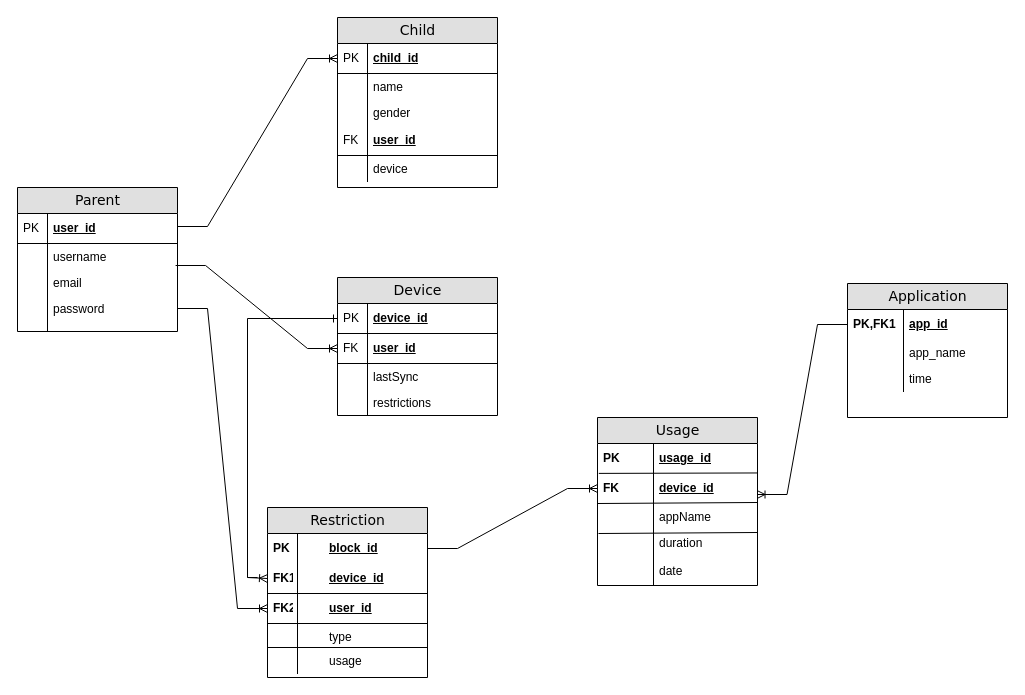
Above: Untitled Diagram.drawio in Inco9nit0/Parental-Lock-System-Project-FYP- (draw.io), before the change. Source tidied: cells renumbered, new cells numbered last; positions are measured from the earlier drawing's top-left corner, leaving out a move shared by most shapes. Both pictures are drawn from the tidied source at 100%, with x=0, y=0 at pixel (17, 17).
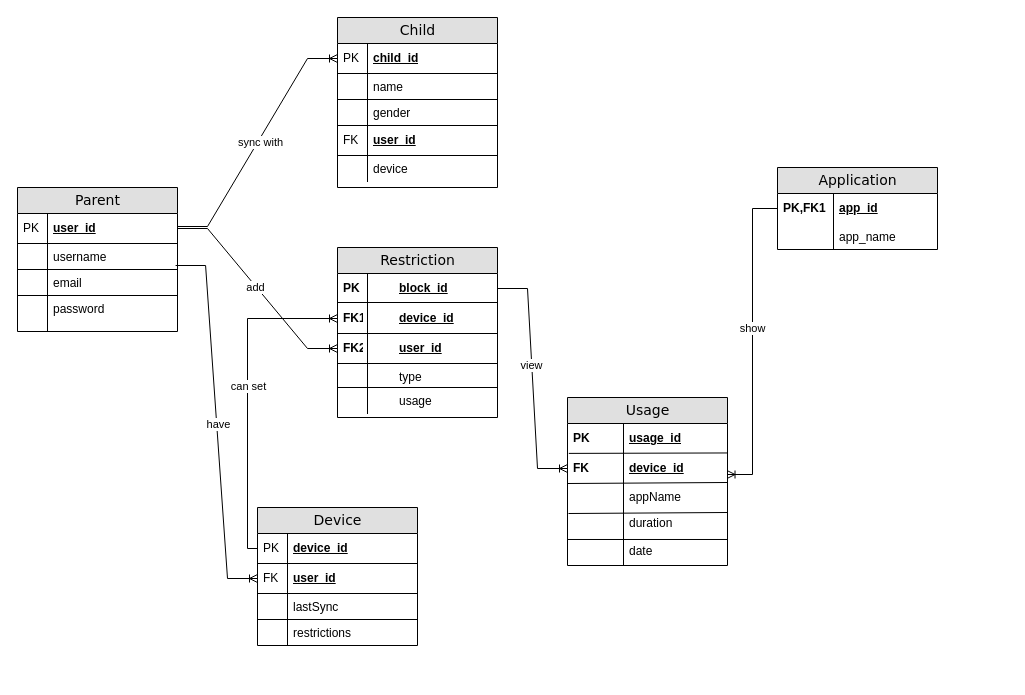
After the change.

The change refers to these unchanged cells:
```xml
<mxCell id="3" value="device_id" style="shape=partialRectangle;top=0;left=0;right=0;bottom=1;html=1;align=left;verticalAlign=middle;fillColor=none;spacingLeft=34;spacingRight=4;whiteSpace=wrap;overflow=hidden;points=[[0,0.5],[1,0.5]];portConstraint=eastwest;fontStyle=5;" parent="2" vertex="1">
  <mxGeometry y="26" width="160" height="30" as="geometry" />
</mxCell>
<mxCell id="14" value="device_id" style="shape=partialRectangle;top=0;left=0;right=0;bottom=1;html=1;align=left;verticalAlign=middle;fillColor=none;spacingLeft=60;spacingRight=4;whiteSpace=wrap;overflow=hidden;points=[[0,0.5],[1,0.5]];portConstraint=eastwest;fontStyle=5;" parent="11" vertex="1">
  <mxGeometry y="56" width="160" height="30" as="geometry" />
</mxCell>
<mxCell id="16" value="user_id" style="shape=partialRectangle;top=0;left=0;right=0;bottom=1;html=1;align=left;verticalAlign=middle;fillColor=none;spacingLeft=60;spacingRight=4;whiteSpace=wrap;overflow=hidden;points=[[0,0.5],[1,0.5]];portConstraint=eastwest;fontStyle=5;" parent="11" vertex="1">
  <mxGeometry y="86" width="160" height="30" as="geometry" />
</mxCell>
<mxCell id="30" value="appName" style="shape=partialRectangle;top=0;left=0;right=0;bottom=0;html=1;align=left;verticalAlign=top;fillColor=none;spacingLeft=60;spacingRight=4;whiteSpace=wrap;overflow=hidden;points=[[0,0.5],[1,0.5]];portConstraint=eastwest;" parent="23" vertex="1">
  <mxGeometry y="86" width="160" height="26" as="geometry" />
</mxCell>
<mxCell id="34" value="date" style="shape=partialRectangle;top=0;left=0;right=0;bottom=0;html=1;align=left;verticalAlign=top;fillColor=none;spacingLeft=60;spacingRight=4;whiteSpace=wrap;overflow=hidden;points=[[0,0.5],[1,0.5]];portConstraint=eastwest;" parent="23" vertex="1">
  <mxGeometry y="140" width="160" height="28" as="geometry" />
</mxCell>
<mxCell id="37" value="Parent" style="swimlane;html=1;fontStyle=0;horizontal=1;startSize=26;fillColor=#e0e0e0;swimlaneFillColor=#ffffff;align=center;rounded=0;shadow=0;comic=0;labelBackgroundColor=none;strokeWidth=1;fontFamily=Verdana;fontSize=14;" parent="1" vertex="1">
  <mxGeometry y="170" width="160" height="144" as="geometry" />
</mxCell>
<mxCell id="38" value="user_id" style="shape=partialRectangle;top=0;left=0;right=0;bottom=1;html=1;align=left;verticalAlign=middle;fillColor=none;spacingLeft=34;spacingRight=4;whiteSpace=wrap;overflow=hidden;points=[[0,0.5],[1,0.5]];portConstraint=eastwest;fontStyle=5;" parent="37" vertex="1">
  <mxGeometry y="26" width="160" height="30" as="geometry" />
</mxCell>
<mxCell id="44" value="password" style="shape=partialRectangle;top=0;left=0;right=0;bottom=0;html=1;align=left;verticalAlign=top;fillColor=none;spacingLeft=34;spacingRight=4;whiteSpace=wrap;overflow=hidden;points=[[0,0.5],[1,0.5]];portConstraint=eastwest;" parent="37" vertex="1">
  <mxGeometry y="108" width="160" height="26" as="geometry" />
</mxCell>
<mxCell id="49" value="app_id" style="shape=partialRectangle;top=0;left=0;right=0;bottom=0;html=1;align=left;verticalAlign=middle;fillColor=none;spacingLeft=60;spacingRight=4;whiteSpace=wrap;overflow=hidden;points=[[0,0.5],[1,0.5]];portConstraint=eastwest;fontStyle=5;" parent="48" vertex="1">
  <mxGeometry y="26" width="160" height="30" as="geometry" />
</mxCell>
<mxCell id="56" style="edgeStyle=entityRelationEdgeStyle;fontSize=12;html=1;endArrow=ERoneToMany;rounded=0;entryX=0;entryY=0.5;entryDx=0;entryDy=0;exitX=0.988;exitY=-0.154;exitDx=0;exitDy=0;exitPerimeter=0;" parent="1" edge="1" source="42" target="5">
  <mxGeometry relative="1" as="geometry">
    <Array as="points">
      <mxPoint x="170" y="260" />
    </Array>
  </mxGeometry>
</mxCell>
<mxCell id="57" style="edgeStyle=entityRelationEdgeStyle;fontSize=12;html=1;endArrow=ERoneToMany;rounded=0;entryX=0;entryY=0.5;entryDx=0;entryDy=0;" parent="1" edge="1">
  <mxGeometry relative="1" as="geometry">
    <mxPoint x="160" y="209" as="sourcePoint" />
    <mxPoint x="320" y="41" as="targetPoint" />
  </mxGeometry>
</mxCell>
<mxCell id="58" style="edgeStyle=entityRelationEdgeStyle;fontSize=12;html=1;endArrow=ERoneToMany;rounded=0;entryX=0;entryY=0.5;entryDx=0;entryDy=0;exitX=1;exitY=0.5;exitDx=0;exitDy=0;" parent="1" edge="1" source="12" target="27">
  <mxGeometry relative="1" as="geometry">
    <Array as="points">
      <mxPoint x="500" y="60" />
    </Array>
  </mxGeometry>
</mxCell>
<mxCell id="60" value="Child" style="swimlane;html=1;fontStyle=0;horizontal=1;startSize=26;fillColor=#e0e0e0;swimlaneFillColor=#ffffff;align=center;rounded=0;shadow=0;comic=0;labelBackgroundColor=none;strokeWidth=1;fontFamily=Verdana;fontSize=14;" parent="1" vertex="1">
  <mxGeometry x="320" width="160" height="170" as="geometry" />
</mxCell>
```

Diff of the diagram source:
```diff
@@
     <mxCell id="2" value="Device" style="swimlane;html=1;fontStyle=0;horizontal=1;startSize=26;fillColor=#e0e0e0;swimlaneFillColor=#ffffff;align=center;rounded=0;shadow=0;comic=0;labelBackgroundColor=none;strokeWidth=1;fontFamily=Verdana;fontSize=14;swimlaneLine=1;" parent="1" vertex="1">
-      <mxGeometry x="320" y="260" width="160" height="138" as="geometry" />
+      <mxGeometry x="240" y="490" width="160" height="138" as="geometry" />
     </mxCell>
@@
+    <mxCell id="73" style="endArrow=none;html=1;rounded=0;exitX=0;exitY=0.071;exitDx=0;exitDy=0;exitPerimeter=0;entryX=1;entryY=0.071;entryDx=0;entryDy=0;entryPerimeter=0;" parent="2" edge="1">
+      <mxGeometry relative="1" as="geometry">
+        <mxPoint y="112" as="sourcePoint" />
+        <mxPoint x="160" y="112" as="targetPoint" />
+      </mxGeometry>
+    </mxCell>
@@
     <mxCell id="11" value="Restriction" style="swimlane;html=1;fontStyle=0;horizontal=1;startSize=26;fillColor=#e0e0e0;swimlaneFillColor=#ffffff;align=center;rounded=0;shadow=0;comic=0;labelBackgroundColor=none;strokeWidth=1;fontFamily=Verdana;fontSize=14;" parent="1" vertex="1">
-      <mxGeometry x="250" y="490" width="160" height="170" as="geometry" />
+      <mxGeometry x="320" y="230" width="160" height="170" as="geometry" />
     </mxCell>
@@
+    <mxCell id="74" style="endArrow=none;html=1;rounded=0;exitX=0;exitY=0.071;exitDx=0;exitDy=0;exitPerimeter=0;entryX=1;entryY=0.071;entryDx=0;entryDy=0;entryPerimeter=0;" parent="11" edge="1">
+      <mxGeometry relative="1" as="geometry">
+        <mxPoint y="55" as="sourcePoint" />
+        <mxPoint x="160" y="55" as="targetPoint" />
+      </mxGeometry>
+    </mxCell>
@@
     <mxCell id="23" value="Usage" style="swimlane;html=1;fontStyle=0;horizontal=1;startSize=26;fillColor=#e0e0e0;swimlaneFillColor=#ffffff;align=center;rounded=0;shadow=0;comic=0;labelBackgroundColor=none;strokeWidth=1;fontFamily=Verdana;fontSize=14;" parent="1" vertex="1">
-      <mxGeometry x="580" y="400" width="160" height="168" as="geometry" />
+      <mxGeometry x="550" y="380" width="160" height="168" as="geometry" />
     </mxCell>
@@
+    <mxCell id="75" style="endArrow=none;html=1;rounded=0;exitX=0;exitY=0.071;exitDx=0;exitDy=0;exitPerimeter=0;entryX=1;entryY=0.071;entryDx=0;entryDy=0;entryPerimeter=0;" parent="23" edge="1" source="34" target="34">
+      <mxGeometry relative="1" as="geometry" />
+    </mxCell>
@@
+    <mxCell id="76" style="endArrow=none;html=1;rounded=0;exitX=0;exitY=0.071;exitDx=0;exitDy=0;exitPerimeter=0;entryX=1;entryY=0.071;entryDx=0;entryDy=0;entryPerimeter=0;" parent="37" edge="1">
+      <mxGeometry relative="1" as="geometry">
+        <mxPoint y="82" as="sourcePoint" />
+        <mxPoint x="160" y="82" as="targetPoint" />
+      </mxGeometry>
+    </mxCell>
@@
+    <mxCell id="77" style="endArrow=none;html=1;rounded=0;exitX=0;exitY=0.071;exitDx=0;exitDy=0;exitPerimeter=0;entryX=1;entryY=0.071;entryDx=0;entryDy=0;entryPerimeter=0;" parent="37" edge="1">
+      <mxGeometry relative="1" as="geometry">
+        <mxPoint y="108" as="sourcePoint" />
+        <mxPoint x="160" y="108" as="targetPoint" />
+      </mxGeometry>
+    </mxCell>
@@
     <mxCell id="48" value="Application" style="swimlane;html=1;fontStyle=0;horizontal=1;startSize=26;fillColor=#e0e0e0;swimlaneFillColor=#ffffff;align=center;rounded=0;shadow=0;comic=0;labelBackgroundColor=none;strokeWidth=1;fontFamily=Verdana;fontSize=14;" parent="1" vertex="1">
-      <mxGeometry x="830" y="266" width="160" height="134" as="geometry" />
+      <mxGeometry x="760" y="150" width="160" height="82" as="geometry" />
     </mxCell>
@@
-    <mxCell id="53" value="time" style="shape=partialRectangle;top=0;left=0;right=0;bottom=0;html=1;align=left;verticalAlign=top;fillColor=none;spacingLeft=60;spacingRight=4;whiteSpace=wrap;overflow=hidden;" parent="48" vertex="1">
-      <mxGeometry y="82" width="160" height="26" as="geometry" />
-    </mxCell>
-    <mxCell id="54" style="shape=partialRectangle;top=0;left=0;bottom=0;html=1;fillColor=none;align=left;verticalAlign=top;spacingLeft=4;spacingRight=4;whiteSpace=wrap;overflow=hidden;" parent="53" vertex="1">
-      <mxGeometry width="56" height="26" as="geometry" />
-    </mxCell>
-    <mxCell id="55" style="fontSize=12;html=1;endArrow=ERoneToMany;rounded=0;entryX=0;entryY=0.5;entryDx=0;entryDy=0;" parent="1" edge="1" target="14">
-      <mxGeometry relative="1" as="geometry">
-        <mxPoint x="230" y="560" as="sourcePoint" />
-      </mxGeometry>
-    </mxCell>
@@
+    <mxCell id="78" value="have" style="edgeLabel;html=1;align=center;verticalAlign=middle;" parent="56" vertex="1">
+      <mxGeometry x="0.01" y="1" relative="1" as="geometry" />
+    </mxCell>
@@
+    <mxCell id="79" value="sync with" style="edgeLabel;html=1;align=center;verticalAlign=middle;" parent="57" vertex="1">
+      <mxGeometry x="0.01" y="-2" relative="1" as="geometry" />
+    </mxCell>
@@
+    <mxCell id="80" value="view" style="edgeLabel;html=1;align=center;verticalAlign=middle;" parent="58" vertex="1">
+      <mxGeometry x="-0.11" y="-1" relative="1" as="geometry" />
+    </mxCell>
-    <mxCell id="59" style="edgeStyle=entityRelationEdgeStyle;fontSize=12;html=1;endArrow=ERoneToMany;rounded=0;exitX=0;exitY=0.5;exitDx=0;exitDy=0;entryX=0.997;entryY=-0.346;entryDx=0;entryDy=0;entryPerimeter=0;" parent="1" edge="1" source="49" target="30">
-      <mxGeometry relative="1" as="geometry">
-        <Array as="points">
-          <mxPoint x="880" y="240" />
-          <mxPoint x="820" y="370" />
-          <mxPoint x="720" y="370" />
-        </Array>
-      </mxGeometry>
+    <mxCell id="59" style="edgeStyle=orthogonalEdgeStyle;fontSize=12;html=1;endArrow=ERoneToMany;rounded=0;exitX=0;exitY=0.5;exitDx=0;exitDy=0;entryX=0.997;entryY=-0.346;entryDx=0;entryDy=0;entryPerimeter=0;" parent="1" edge="1" source="49" target="30">
+      <mxGeometry relative="1" as="geometry" />
     </mxCell>
+    <mxCell id="81" value="show" style="edgeLabel;html=1;align=center;verticalAlign=middle;" parent="59" vertex="1">
+      <mxGeometry x="-0.09" y="-1" relative="1" as="geometry" />
+    </mxCell>
@@
+    <mxCell id="82" style="endArrow=none;html=1;rounded=0;exitX=0;exitY=0.071;exitDx=0;exitDy=0;exitPerimeter=0;entryX=1;entryY=0.071;entryDx=0;entryDy=0;entryPerimeter=0;" parent="60" edge="1">
+      <mxGeometry relative="1" as="geometry">
+        <mxPoint y="82" as="sourcePoint" />
+        <mxPoint x="160" y="82" as="targetPoint" />
+      </mxGeometry>
+    </mxCell>
@@
+    <mxCell id="83" style="endArrow=none;html=1;rounded=0;exitX=0;exitY=0.071;exitDx=0;exitDy=0;exitPerimeter=0;entryX=1;entryY=0.071;entryDx=0;entryDy=0;entryPerimeter=0;" parent="60" edge="1">
+      <mxGeometry relative="1" as="geometry">
+        <mxPoint y="108" as="sourcePoint" />
+        <mxPoint x="160" y="108" as="targetPoint" />
+      </mxGeometry>
+    </mxCell>
@@
-    <mxCell id="71" style="edgeStyle=entityRelationEdgeStyle;fontSize=12;html=1;endArrow=ERoneToMany;rounded=0;entryX=0;entryY=0.5;entryDx=0;entryDy=0;exitX=1;exitY=0.5;exitDx=0;exitDy=0;" parent="1" edge="1" source="44" target="16">
+    <mxCell id="71" style="edgeStyle=entityRelationEdgeStyle;fontSize=12;html=1;endArrow=ERoneToMany;rounded=0;entryX=0;entryY=0.5;entryDx=0;entryDy=0;exitX=1;exitY=0.5;exitDx=0;exitDy=0;" parent="1" edge="1" source="38" target="16">
       <mxGeometry relative="1" as="geometry">
         <Array as="points">
           <mxPoint x="180" y="270" />
         </Array>
       </mxGeometry>
     </mxCell>
-    <mxCell id="72" style="edgeStyle=orthogonalEdgeStyle;fontSize=12;html=1;endArrow=ERone;endFill=1;rounded=0;entryX=0;entryY=0.5;entryDx=0;entryDy=0;" parent="1" edge="1" target="3">
-      <mxGeometry relative="1" as="geometry">
-        <mxPoint x="240" y="560" as="sourcePoint" />
-        <Array as="points">
-          <mxPoint x="230" y="560" />
-          <mxPoint x="230" y="301" />
-        </Array>
-      </mxGeometry>
-    </mxCell>
+    <mxCell id="84" value="add" style="edgeLabel;html=1;align=center;verticalAlign=middle;" parent="71" vertex="1">
+      <mxGeometry x="-0.03" y="-1" relative="1" as="geometry" />
+    </mxCell>
+    <mxCell id="85" style="edgeStyle=orthogonalEdgeStyle;fontSize=12;html=1;endArrow=ERoneToMany;rounded=0;exitX=0;exitY=0.5;exitDx=0;exitDy=0;entryX=0;entryY=0.5;entryDx=0;entryDy=0;" parent="1" edge="1" source="3" target="14">
+      <mxGeometry relative="1" as="geometry" />
+    </mxCell>
+    <mxCell id="86" value="can set" style="edgeLabel;html=1;align=center;verticalAlign=middle;" parent="85" vertex="1">
+      <mxGeometry x="0.05" relative="1" as="geometry" />
+    </mxCell>
```
